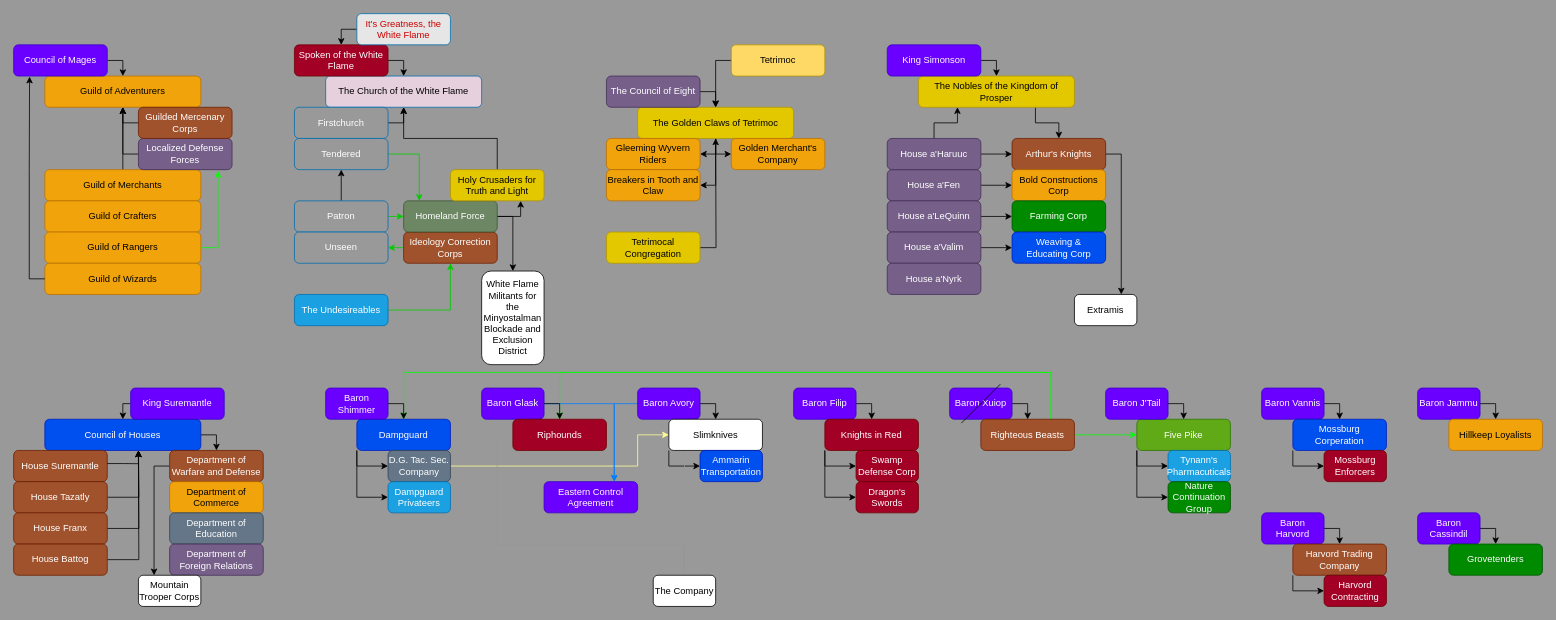
craftingcity/The-Known-World keeps this draw.io diagram as MEDIA/SUPP/alatermenianStructures.drawio. Above is the earlier version. Source tidied: cells renumbered, new cells numbered last; positions are measured from the earlier drawing's top-left corner, leaving out a move shared by most shapes. Both pictures are drawn from the tidied source at 78%, with x=0, y=0 at pixel (13, 13).
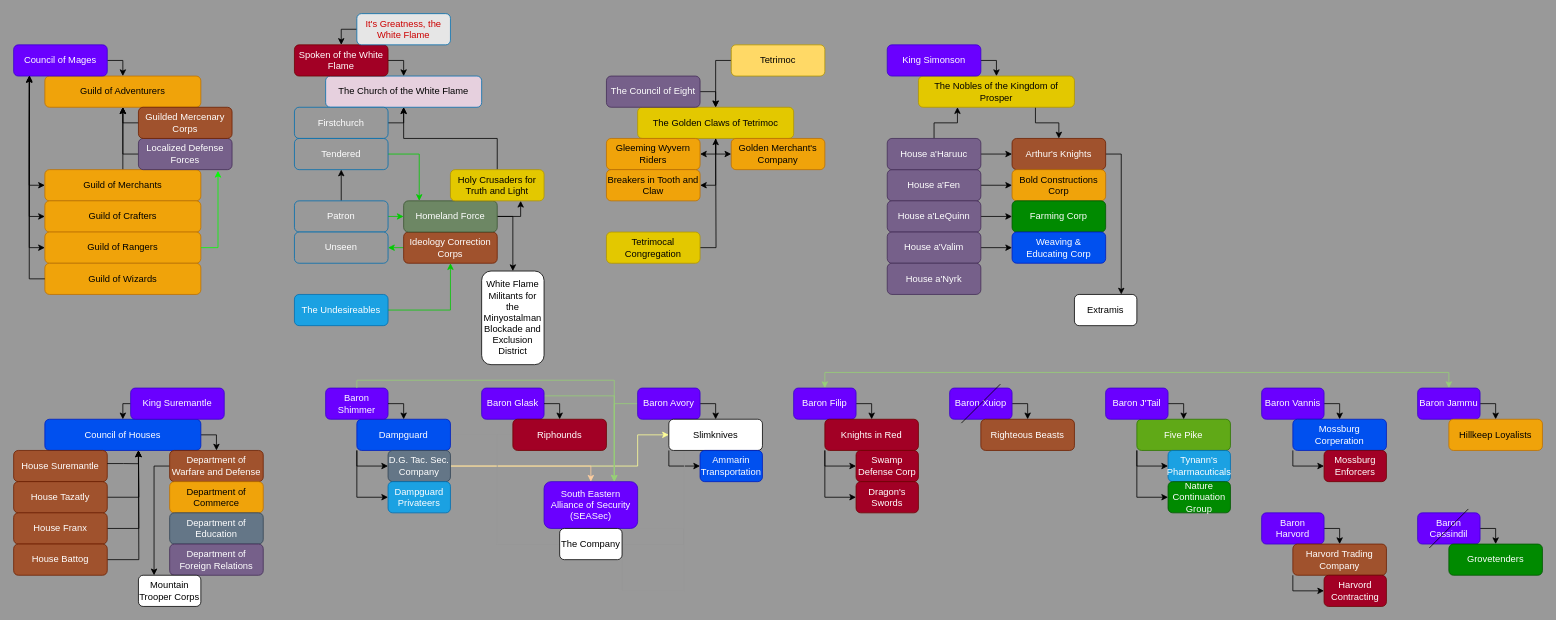
The same page after the edit.

The change refers to these unchanged cells:
```xml
<mxCell id="4" value="Guild of Merchants" style="rounded=1;whiteSpace=wrap;html=1;fillColor=#f0a30a;fontColor=#000000;strokeColor=#BD7000;" parent="1" vertex="1">
  <mxGeometry x="40" y="200" width="200" height="40" as="geometry" />
</mxCell>
<mxCell id="5" value="Guild of Crafters" style="rounded=1;whiteSpace=wrap;html=1;fillColor=#f0a30a;fontColor=#000000;strokeColor=#BD7000;" parent="1" vertex="1">
  <mxGeometry x="40" y="240" width="200" height="40" as="geometry" />
</mxCell>
<mxCell id="10" value="Guild of Rangers" style="rounded=1;whiteSpace=wrap;html=1;fillColor=#f0a30a;fontColor=#000000;strokeColor=#BD7000;" parent="1" vertex="1">
  <mxGeometry x="40" y="280" width="200" height="40" as="geometry" />
</mxCell>
<mxCell id="11" value="Guild of Wizards" style="rounded=1;whiteSpace=wrap;html=1;fillColor=#f0a30a;fontColor=#000000;strokeColor=#BD7000;" parent="1" vertex="1">
  <mxGeometry x="40" y="320" width="200" height="40" as="geometry" />
</mxCell>
<mxCell id="13" value="Council of Mages" style="rounded=1;whiteSpace=wrap;html=1;fillColor=#6a00ff;fontColor=#ffffff;strokeColor=#3700CC;" parent="1" vertex="1">
  <mxGeometry y="40" width="120" height="40" as="geometry" />
</mxCell>
<mxCell id="90" value="Baron Shimmer" style="rounded=1;whiteSpace=wrap;html=1;fillColor=#6a00ff;fontColor=#ffffff;strokeColor=#3700CC;" parent="1" vertex="1">
  <mxGeometry x="400" y="480" width="80" height="40" as="geometry" />
</mxCell>
<mxCell id="93" value="D.G. Tac. Sec. Company" style="rounded=1;whiteSpace=wrap;html=1;fillColor=#647687;fontColor=#ffffff;strokeColor=#314354;" parent="1" vertex="1">
  <mxGeometry x="480" y="560" width="80" height="40" as="geometry" />
</mxCell>
<mxCell id="96" value="Baron Filip" style="rounded=1;whiteSpace=wrap;html=1;fillColor=#6a00ff;fontColor=#ffffff;strokeColor=#3700CC;" parent="1" vertex="1">
  <mxGeometry x="1000" y="480" width="80" height="40" as="geometry" />
</mxCell>
<mxCell id="103" value="Five Pike" style="rounded=1;whiteSpace=wrap;html=1;fillColor=#60a917;fontColor=#ffffff;strokeColor=#2D7600;" parent="1" vertex="1">
  <mxGeometry x="1440" y="520" width="120" height="40" as="geometry" />
</mxCell>
<mxCell id="113" value="Righteous Beasts" style="rounded=1;whiteSpace=wrap;html=1;fillColor=#a0522d;fontColor=#ffffff;strokeColor=#6D1F00;" parent="1" vertex="1">
  <mxGeometry x="1240" y="520" width="120" height="40" as="geometry" />
</mxCell>
<mxCell id="121" value="Baron Jammu" style="rounded=1;whiteSpace=wrap;html=1;fillColor=#6a00ff;fontColor=#ffffff;strokeColor=#3700CC;" parent="1" vertex="1">
  <mxGeometry x="1800" y="480" width="80" height="40" as="geometry" />
</mxCell>
<mxCell id="129" value="Baron Glask" style="rounded=1;whiteSpace=wrap;html=1;fillColor=#6a00ff;fontColor=#ffffff;strokeColor=#3700CC;" parent="1" vertex="1">
  <mxGeometry x="600" y="480" width="80" height="40" as="geometry" />
</mxCell>
<mxCell id="131" value="Riphounds" style="rounded=1;whiteSpace=wrap;html=1;fillColor=#a20025;fontColor=#ffffff;strokeColor=#6F0000;" parent="1" vertex="1">
  <mxGeometry x="640" y="520" width="120" height="40" as="geometry" />
</mxCell>
<mxCell id="134" value="Baron Avory" style="rounded=1;whiteSpace=wrap;html=1;fillColor=#6a00ff;fontColor=#ffffff;strokeColor=#3700CC;" parent="1" vertex="1">
  <mxGeometry x="800" y="480" width="80" height="40" as="geometry" />
</mxCell>
```

Change to the diagram source:
```diff
@@
+    <mxCell id="150" style="edgeStyle=orthogonalEdgeStyle;rounded=0;jettySize=auto;html=1;exitX=0;exitY=0.5;exitDx=0;exitDy=0;startArrow=classic;startFill=1;" parent="1" edge="1" source="5">
+      <mxGeometry relative="1" as="geometry">
+        <mxPoint x="20" y="80" as="targetPoint" />
+      </mxGeometry>
+    </mxCell>
@@
+    <mxCell id="151" style="edgeStyle=orthogonalEdgeStyle;rounded=0;jettySize=auto;html=1;exitX=0;exitY=0.5;exitDx=0;exitDy=0;startArrow=classic;startFill=1;" parent="1" edge="1" source="10">
+      <mxGeometry relative="1" as="geometry">
+        <mxPoint x="20" y="80" as="targetPoint" />
+      </mxGeometry>
+    </mxCell>
@@
-    <mxCell id="14" style="edgeStyle=orthogonalEdgeStyle;rounded=0;jettySize=auto;html=1;exitX=0;exitY=0.5;exitDx=0;exitDy=0;entryX=0.17;entryY=1.02;entryDx=0;entryDy=0;entryPerimeter=0;" parent="1" edge="1" source="11" target="13">
+    <mxCell id="14" style="edgeStyle=orthogonalEdgeStyle;rounded=0;jettySize=auto;html=1;exitX=0;exitY=0.5;exitDx=0;exitDy=0;entryX=0.17;entryY=1.02;entryDx=0;entryDy=0;entryPerimeter=0;endArrow=none;startFill=0;" parent="1" edge="1" source="11" target="13">
       <mxGeometry relative="1" as="geometry" />
     </mxCell>
@@
+    <mxCell id="152" style="edgeStyle=orthogonalEdgeStyle;rounded=0;jettySize=auto;html=1;exitX=1;exitY=0.5;exitDx=0;exitDy=0;entryX=0.5;entryY=0;entryDx=0;entryDy=0;fillColor=#f0a30a;strokeColor=#FFCE9F;" parent="1" edge="1" source="93" target="139">
+      <mxGeometry relative="1" as="geometry" />
+    </mxCell>
@@
+    <mxCell id="153" style="edgeStyle=orthogonalEdgeStyle;rounded=0;jettySize=auto;html=1;exitX=0.5;exitY=0;exitDx=0;exitDy=0;entryX=0.5;entryY=0;entryDx=0;entryDy=0;strokeColor=#97D077;startArrow=classic;startFill=1;" parent="1" edge="1" source="96" target="121">
+      <mxGeometry relative="1" as="geometry" />
+    </mxCell>
@@
-    <mxCell id="110" style="edgeStyle=orthogonalEdgeStyle;rounded=0;jettySize=auto;html=1;exitX=1;exitY=0.5;exitDx=0;exitDy=0;entryX=0;entryY=0.5;entryDx=0;entryDy=0;strokeColor=#00FF00;" parent="1" edge="1" source="113" target="103">
-      <mxGeometry relative="1" as="geometry" />
-    </mxCell>
-    <mxCell id="111" style="edgeStyle=orthogonalEdgeStyle;rounded=0;jettySize=auto;html=1;exitX=0.75;exitY=0;exitDx=0;exitDy=0;strokeColor=#00FF00;" parent="1" edge="1" source="113">
-      <mxGeometry relative="1" as="geometry">
-        <mxPoint x="500" y="520" as="targetPoint" />
-        <Array as="points">
-          <mxPoint x="1330" y="460" />
-          <mxPoint x="500" y="460" />
-          <mxPoint x="500" y="520" />
-        </Array>
-      </mxGeometry>
-    </mxCell>
-    <mxCell id="112" style="edgeStyle=orthogonalEdgeStyle;rounded=0;jettySize=auto;html=1;exitX=0.75;exitY=0;exitDx=0;exitDy=0;entryX=0.5;entryY=0;entryDx=0;entryDy=0;strokeColor=#00FF00;" parent="1" edge="1" source="113" target="131">
-      <mxGeometry relative="1" as="geometry">
-        <Array as="points">
-          <mxPoint x="1330" y="460" />
-          <mxPoint x="700" y="460" />
-        </Array>
-      </mxGeometry>
-    </mxCell>
@@
-    <mxCell id="128" style="edgeStyle=orthogonalEdgeStyle;rounded=0;jettySize=auto;html=1;exitX=1;exitY=0.5;exitDx=0;exitDy=0;entryX=0.75;entryY=0;entryDx=0;entryDy=0;strokeColor=#007FFF;" parent="1" edge="1" source="129" target="139">
-      <mxGeometry relative="1" as="geometry" />
+    <mxCell id="128" style="edgeStyle=orthogonalEdgeStyle;rounded=0;jettySize=auto;html=1;exitX=0.5;exitY=0;exitDx=0;exitDy=0;entryX=0.75;entryY=0;entryDx=0;entryDy=0;strokeColor=#97D077;" parent="1" edge="1" source="90" target="139">
+      <mxGeometry relative="1" as="geometry">
+        <Array as="points">
+          <mxPoint x="440" y="470" />
+          <mxPoint x="770" y="470" />
+        </Array>
+      </mxGeometry>
     </mxCell>
+    <mxCell id="154" style="edgeStyle=orthogonalEdgeStyle;rounded=0;jettySize=auto;html=1;exitX=1;exitY=0.25;exitDx=0;exitDy=0;entryX=0.75;entryY=0;entryDx=0;entryDy=0;strokeColor=#97D077;" parent="1" edge="1" source="129" target="139">
+      <mxGeometry relative="1" as="geometry" />
+    </mxCell>
@@
-    <mxCell id="133" style="edgeStyle=orthogonalEdgeStyle;rounded=0;jettySize=auto;html=1;exitX=0;exitY=0.5;exitDx=0;exitDy=0;entryX=0.75;entryY=0;entryDx=0;entryDy=0;strokeColor=#007FFF;" parent="1" edge="1" source="134" target="139">
+    <mxCell id="133" style="edgeStyle=orthogonalEdgeStyle;rounded=0;jettySize=auto;html=1;exitX=0;exitY=0.5;exitDx=0;exitDy=0;entryX=0.75;entryY=0;entryDx=0;entryDy=0;strokeColor=#97D077;" parent="1" edge="1" source="134" target="139">
       <mxGeometry relative="1" as="geometry" />
     </mxCell>
@@
-    <mxCell id="139" value="Eastern Control Agreement" style="rounded=1;whiteSpace=wrap;html=1;fillColor=#6a00ff;fontColor=#ffffff;strokeColor=#3700CC;" parent="1" vertex="1">
-      <mxGeometry x="680" y="600" width="120" height="40" as="geometry" />
+    <mxCell id="139" value="South Eastern Alliance of Security (SEASec)" style="rounded=1;whiteSpace=wrap;html=1;fillColor=#6a00ff;fontColor=#ffffff;strokeColor=#3700CC;" parent="1" vertex="1">
+      <mxGeometry x="680" y="600" width="120" height="60" as="geometry" />
     </mxCell>
@@
     <mxCell id="141" value="The Company" style="rounded=1;whiteSpace=wrap;html=1;" parent="1" vertex="1">
-      <mxGeometry x="820" y="720" width="80" height="40" as="geometry" />
+      <mxGeometry x="700" y="660" width="80" height="40" as="geometry" />
     </mxCell>
@@
+    <mxCell id="155" style="endArrow=none;html=1;rounded=0;strokeColor=#000000;" parent="1" edge="1">
+      <mxGeometry relative="1" as="geometry">
+        <mxPoint x="1815" y="685" as="sourcePoint" />
+        <mxPoint x="1865" y="635" as="targetPoint" />
+      </mxGeometry>
+    </mxCell>
+    <mxCell id="156" style="edgeStyle=orthogonalEdgeStyle;rounded=0;jettySize=auto;html=1;exitX=0;exitY=0.5;exitDx=0;exitDy=0;entryX=0.169;entryY=0.975;entryDx=0;entryDy=0;entryPerimeter=0;startArrow=classic;startFill=1;" parent="1" edge="1" source="4" target="13">
+      <mxGeometry relative="1" as="geometry" />
+    </mxCell>
```
